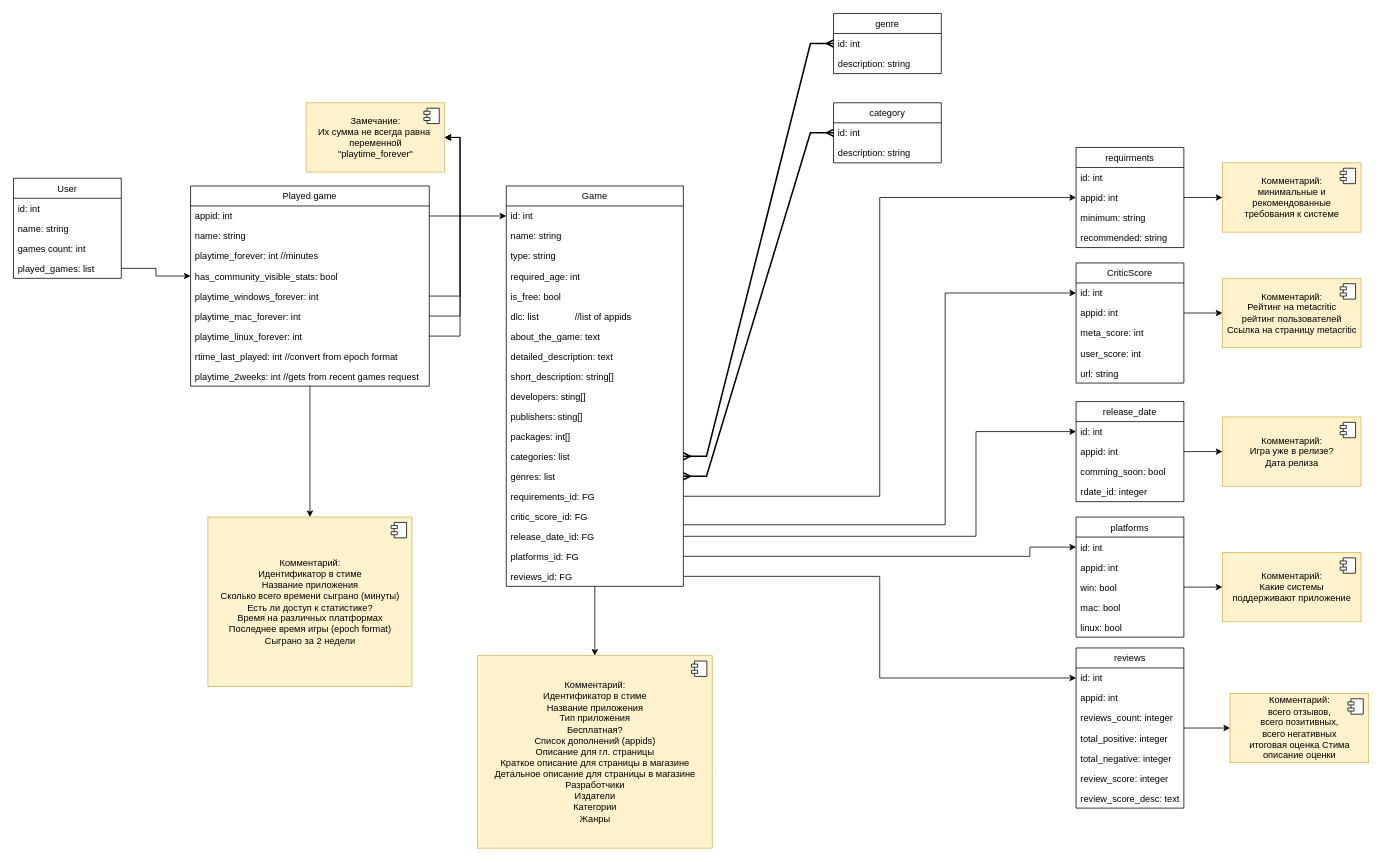
HellInsider/GameDevTool keeps this draw.io diagram as page "BD_scheme" (2 of 2) of Docs/DB_diagramm.drawio. Above is the earlier version. Source tidied: cells renumbered, new cells numbered last; positions are measured from the earlier drawing's top-left corner, leaving out a move shared by most shapes. Both pictures are drawn from the tidied source at 77%, with x=0, y=0 at pixel (13, 13).
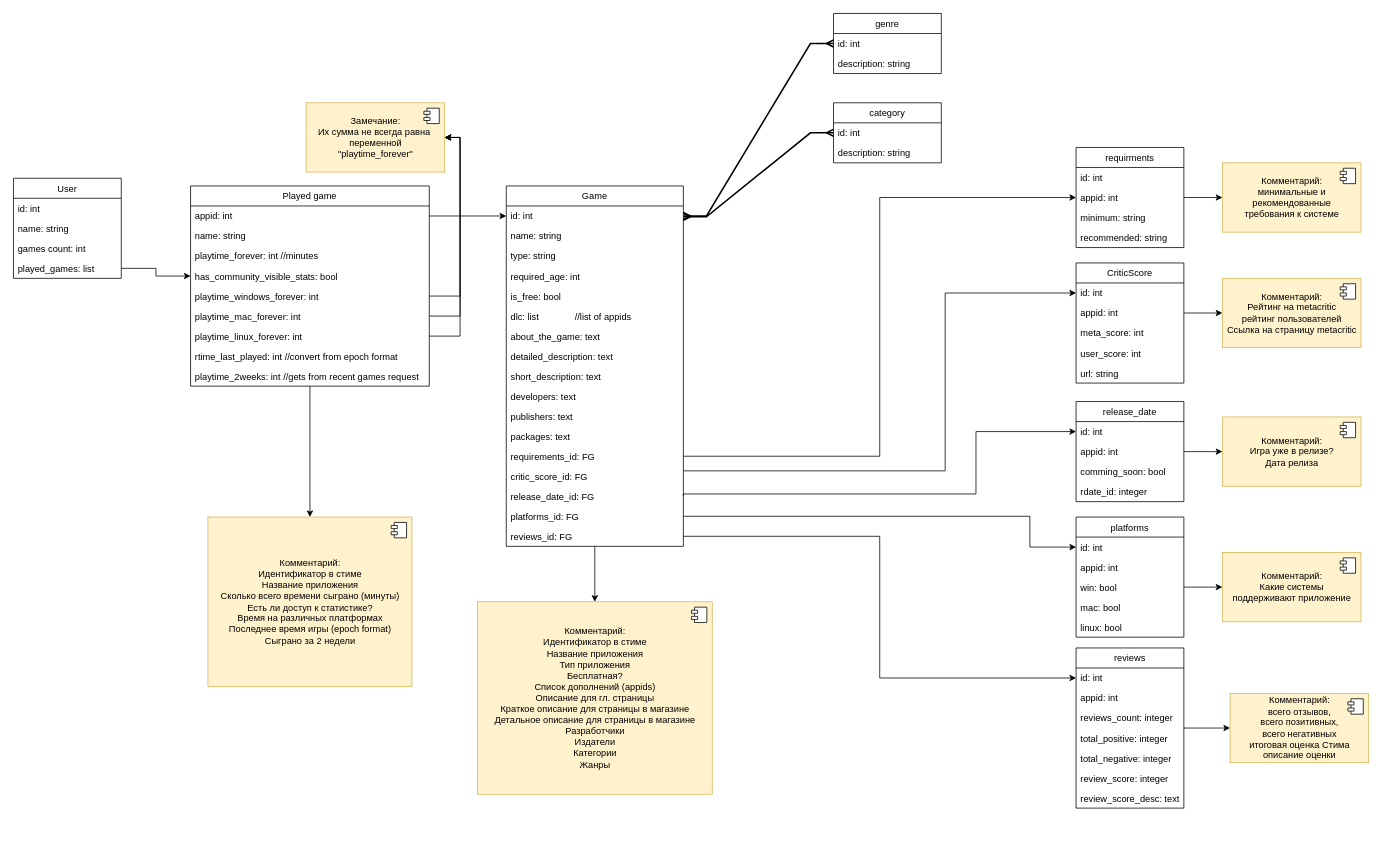
Above is the later version.

The change refers to these unchanged cells:
```xml
<mxCell id="4" value="id: int" style="text;strokeColor=none;fillColor=none;align=left;verticalAlign=top;spacingLeft=4;spacingRight=4;overflow=hidden;points=[[0,0.5],[1,0.5]];portConstraint=eastwest;" parent="3" vertex="1">
  <mxGeometry y="26" width="230" height="26" as="geometry" />
</mxCell>
<mxCell id="24" value="id: int" style="text;strokeColor=none;fillColor=none;align=left;verticalAlign=top;spacingLeft=4;spacingRight=4;overflow=hidden;points=[[0,0.5],[1,0.5]];portConstraint=eastwest;" parent="23" vertex="1">
  <mxGeometry y="26" width="140" height="26" as="geometry" />
</mxCell>
<mxCell id="30" value="id: int" style="text;strokeColor=none;fillColor=none;align=left;verticalAlign=top;spacingLeft=4;spacingRight=4;overflow=hidden;points=[[0,0.5],[1,0.5]];portConstraint=eastwest;" parent="29" vertex="1">
  <mxGeometry y="26" width="140" height="26" as="geometry" />
</mxCell>
<mxCell id="33" value="id: int" style="text;strokeColor=none;fillColor=none;align=left;verticalAlign=top;spacingLeft=4;spacingRight=4;overflow=hidden;points=[[0,0.5],[1,0.5]];portConstraint=eastwest;" parent="32" vertex="1">
  <mxGeometry y="26" width="140" height="26" as="geometry" />
</mxCell>
<mxCell id="36" value="id: int" style="text;strokeColor=none;fillColor=none;align=left;verticalAlign=top;spacingLeft=4;spacingRight=4;overflow=hidden;points=[[0,0.5],[1,0.5]];portConstraint=eastwest;" parent="35" vertex="1">
  <mxGeometry y="26" width="140" height="26" as="geometry" />
</mxCell>
<mxCell id="75" value="id: int" style="text;strokeColor=none;fillColor=none;align=left;verticalAlign=top;spacingLeft=4;spacingRight=4;overflow=hidden;points=[[0,0.5],[1,0.5]];portConstraint=eastwest;" parent="74" vertex="1">
  <mxGeometry y="26" width="140" height="26" as="geometry" />
</mxCell>
<mxCell id="82" value="id: int" style="text;strokeColor=none;fillColor=none;align=left;verticalAlign=top;spacingLeft=4;spacingRight=4;overflow=hidden;points=[[0,0.5],[1,0.5]];portConstraint=eastwest;" parent="81" vertex="1">
  <mxGeometry y="26" width="140" height="26" as="geometry" />
</mxCell>
```

What changed in the source:
```diff
@@
     <mxCell id="3" value="Game" style="swimlane;fontStyle=0;horizontal=1;startSize=26;fillColor=none;" parent="1" vertex="1">
-      <mxGeometry x="640" y="224" width="230" height="520" as="geometry" />
+      <mxGeometry x="640" y="224" width="230" height="468" as="geometry" />
     </mxCell>
@@
-    <mxCell id="12" value="short_description: string[]" style="text;strokeColor=none;fillColor=none;align=left;verticalAlign=top;spacingLeft=4;spacingRight=4;overflow=hidden;" parent="3" vertex="1">
+    <mxCell id="12" value="short_description: text&#10;" style="text;strokeColor=none;fillColor=none;align=left;verticalAlign=top;spacingLeft=4;spacingRight=4;overflow=hidden;" parent="3" vertex="1">
       <mxGeometry y="234" width="230" height="26" as="geometry" />
     </mxCell>
-    <mxCell id="13" value="developers: sting[]" style="text;strokeColor=none;fillColor=none;align=left;verticalAlign=top;spacingLeft=4;spacingRight=4;overflow=hidden;" parent="3" vertex="1">
+    <mxCell id="13" value="developers: text" style="text;strokeColor=none;fillColor=none;align=left;verticalAlign=top;spacingLeft=4;spacingRight=4;overflow=hidden;" parent="3" vertex="1">
       <mxGeometry y="260" width="230" height="26" as="geometry" />
     </mxCell>
-    <mxCell id="14" value="publishers: sting[]" style="text;strokeColor=none;fillColor=none;align=left;verticalAlign=top;spacingLeft=4;spacingRight=4;overflow=hidden;" parent="3" vertex="1">
+    <mxCell id="14" value="publishers: text&#10;" style="text;strokeColor=none;fillColor=none;align=left;verticalAlign=top;spacingLeft=4;spacingRight=4;overflow=hidden;" parent="3" vertex="1">
       <mxGeometry y="286" width="230" height="26" as="geometry" />
     </mxCell>
-    <mxCell id="15" value="packages: int[]" style="text;strokeColor=none;fillColor=none;align=left;verticalAlign=top;spacingLeft=4;spacingRight=4;overflow=hidden;" parent="3" vertex="1">
+    <mxCell id="15" value="packages: text&#10;" style="text;strokeColor=none;fillColor=none;align=left;verticalAlign=top;spacingLeft=4;spacingRight=4;overflow=hidden;" parent="3" vertex="1">
       <mxGeometry y="312" width="230" height="26" as="geometry" />
     </mxCell>
-    <mxCell id="16" value="categories: list" style="text;strokeColor=none;fillColor=none;align=left;verticalAlign=top;spacingLeft=4;spacingRight=4;overflow=hidden;points=[[0,0.5],[1,0.5]];portConstraint=eastwest;" parent="3" vertex="1">
-      <mxGeometry y="338" width="230" height="26" as="geometry" />
-    </mxCell>
-    <mxCell id="17" value="genres: list" style="text;strokeColor=none;fillColor=none;align=left;verticalAlign=top;spacingLeft=4;spacingRight=4;overflow=hidden;points=[[0,0.5],[1,0.5]];portConstraint=eastwest;" parent="3" vertex="1">
-      <mxGeometry y="364" width="230" height="26" as="geometry" />
-    </mxCell>
     <mxCell id="18" value="requirements_id: FG" style="text;strokeColor=none;fillColor=none;align=left;verticalAlign=top;spacingLeft=4;spacingRight=4;overflow=hidden;points=[[0,0.5],[1,0.5]];portConstraint=eastwest;" parent="3" vertex="1">
-      <mxGeometry y="390" width="230" height="26" as="geometry" />
+      <mxGeometry y="338" width="230" height="26" as="geometry" />
     </mxCell>
     <mxCell id="19" value="critic_score_id: FG&#10;" style="text;strokeColor=none;fillColor=none;align=left;verticalAlign=top;spacingLeft=4;spacingRight=4;overflow=hidden;points=[[0,0.5],[1,0.5]];portConstraint=eastwest;" parent="3" vertex="1">
-      <mxGeometry y="416" width="230" height="26" as="geometry" />
+      <mxGeometry y="364" width="230" height="26" as="geometry" />
     </mxCell>
     <mxCell id="20" value="release_date_id: FG" style="text;strokeColor=none;fillColor=none;align=left;verticalAlign=top;spacingLeft=4;spacingRight=4;overflow=hidden;points=[[0,0.5],[1,0.5]];portConstraint=eastwest;" parent="3" vertex="1">
-      <mxGeometry y="442" width="230" height="26" as="geometry" />
+      <mxGeometry y="390" width="230" height="26" as="geometry" />
     </mxCell>
     <mxCell id="21" value="platforms_id: FG" style="text;strokeColor=none;fillColor=none;align=left;verticalAlign=top;spacingLeft=4;spacingRight=4;overflow=hidden;points=[[0,0.5],[1,0.5]];portConstraint=eastwest;" parent="3" vertex="1">
-      <mxGeometry y="468" width="230" height="26" as="geometry" />
+      <mxGeometry y="416" width="230" height="26" as="geometry" />
     </mxCell>
     <mxCell id="22" value="reviews_id: FG" style="text;strokeColor=none;fillColor=none;align=left;verticalAlign=top;spacingLeft=4;spacingRight=4;overflow=hidden;points=[[0,0.5],[1,0.5]];portConstraint=eastwest;" parent="3" vertex="1">
-      <mxGeometry y="494" width="230" height="26" as="geometry" />
+      <mxGeometry y="442" width="230" height="26" as="geometry" />
     </mxCell>
@@
     <mxCell id="70" style="edgeStyle=orthogonalEdgeStyle;rounded=0;jettySize=auto;html=1;entryX=0;entryY=0.5;entryDx=0;entryDy=0;exitX=1;exitY=0.5;exitDx=0;exitDy=0;" parent="1" edge="1" source="21" target="24">
       <mxGeometry relative="1" as="geometry">
         <Array as="points">
-          <mxPoint x="1320" y="705" />
+          <mxPoint x="1320" y="653" />
           <mxPoint x="1320" y="693" />
         </Array>
       </mxGeometry>
     </mxCell>
-    <mxCell id="71" style="edgeStyle=entityRelationEdgeStyle;fontSize=12;html=1;endArrow=ERmany;startArrow=ERmany;rounded=0;exitX=1;exitY=0.5;exitDx=0;exitDy=0;entryX=0;entryY=0.5;entryDx=0;entryDy=0;targetPerimeterSpacing=5;strokeWidth=2;sourcePerimeterSpacing=5;" parent="1" edge="1" source="16" target="33">
+    <mxCell id="71" style="edgeStyle=entityRelationEdgeStyle;fontSize=12;html=1;endArrow=ERmany;startArrow=ERmany;rounded=0;exitX=1;exitY=0.5;exitDx=0;exitDy=0;entryX=0;entryY=0.5;entryDx=0;entryDy=0;targetPerimeterSpacing=5;strokeWidth=2;sourcePerimeterSpacing=5;" parent="1" edge="1" source="4" target="33">
       <mxGeometry relative="1" as="geometry" />
     </mxCell>
-    <mxCell id="72" style="edgeStyle=entityRelationEdgeStyle;fontSize=12;html=1;endArrow=ERmany;startArrow=ERmany;rounded=0;exitX=1;exitY=0.5;exitDx=0;exitDy=0;entryX=0;entryY=0.5;entryDx=0;entryDy=0;targetPerimeterSpacing=5;strokeWidth=2;sourcePerimeterSpacing=5;" parent="1" edge="1" source="17" target="30">
-      <mxGeometry relative="1" as="geometry" />
+    <mxCell id="72" style="edgeStyle=entityRelationEdgeStyle;fontSize=12;html=1;endArrow=ERmany;startArrow=ERmany;rounded=0;entryX=0;entryY=0.5;entryDx=0;entryDy=0;targetPerimeterSpacing=5;strokeWidth=2;sourcePerimeterSpacing=5;" parent="1" edge="1" target="30">
+      <mxGeometry relative="1" as="geometry">
+        <mxPoint x="870" y="264" as="sourcePoint" />
+      </mxGeometry>
     </mxCell>
     <mxCell id="73" style="edgeStyle=orthogonalEdgeStyle;rounded=0;jettySize=auto;html=1;entryX=0;entryY=0.5;entryDx=0;entryDy=0;strokeWidth=1;sourcePerimeterSpacing=0;targetPerimeterSpacing=0;" parent="1" edge="1" source="19" target="36">
       <mxGeometry relative="1" as="geometry">
         <Array as="points">
-          <mxPoint x="1210" y="664" />
+          <mxPoint x="1210" y="594" />
           <mxPoint x="1210" y="363" />
         </Array>
       </mxGeometry>
     </mxCell>
@@
     <mxCell id="79" style="edgeStyle=orthogonalEdgeStyle;rounded=0;jettySize=auto;html=1;entryX=0;entryY=0.5;entryDx=0;entryDy=0;strokeWidth=1;sourcePerimeterSpacing=0;targetPerimeterSpacing=0;exitX=1;exitY=0.5;exitDx=0;exitDy=0;" parent="1" edge="1" source="20" target="75">
       <mxGeometry relative="1" as="geometry">
         <Array as="points">
-          <mxPoint x="1250" y="679" />
+          <mxPoint x="870" y="624" />
+          <mxPoint x="1250" y="624" />
           <mxPoint x="1250" y="543" />
         </Array>
       </mxGeometry>
     </mxCell>
@@
-    <mxCell id="89" style="edgeStyle=orthogonalEdgeStyle;rounded=0;jettySize=auto;html=1;entryX=0;entryY=0.5;entryDx=0;entryDy=0;strokeWidth=1;sourcePerimeterSpacing=0;targetPerimeterSpacing=0;" parent="1" edge="1" source="22" target="82">
-      <mxGeometry relative="1" as="geometry" />
+    <mxCell id="89" style="edgeStyle=orthogonalEdgeStyle;rounded=0;jettySize=auto;html=1;entryX=0;entryY=0.5;entryDx=0;entryDy=0;strokeWidth=1;sourcePerimeterSpacing=0;targetPerimeterSpacing=0;exitX=1;exitY=0.5;exitDx=0;exitDy=0;" parent="1" edge="1" source="22" target="82">
+      <mxGeometry relative="1" as="geometry">
+        <Array as="points">
+          <mxPoint x="1125" y="679" />
+          <mxPoint x="1125" y="863" />
+        </Array>
+      </mxGeometry>
     </mxCell>
@@
     <mxCell id="104" value="Комментарий:&lt;br&gt;Идентификатор в стиме&lt;br&gt;Название приложения&lt;br&gt;Тип приложения&lt;br&gt;Бесплатная?&lt;br&gt;Список дополнений (appids)&lt;br&gt;Описание для гл. страницы&lt;br&gt;Краткое описание для страницы в магазине&lt;br&gt;Детальное описание для страницы в магазине&lt;br&gt;Разработчики&lt;br&gt;Издатели&lt;br&gt;Категории&lt;br&gt;Жанры&lt;br&gt;" style="html=1;fillColor=#fff2cc;strokeColor=#d6b656;" parent="1" vertex="1">
-      <mxGeometry x="602.5" y="834" width="305" height="250" as="geometry" />
+      <mxGeometry x="602.5" y="764" width="305" height="250" as="geometry" />
     </mxCell>
```
